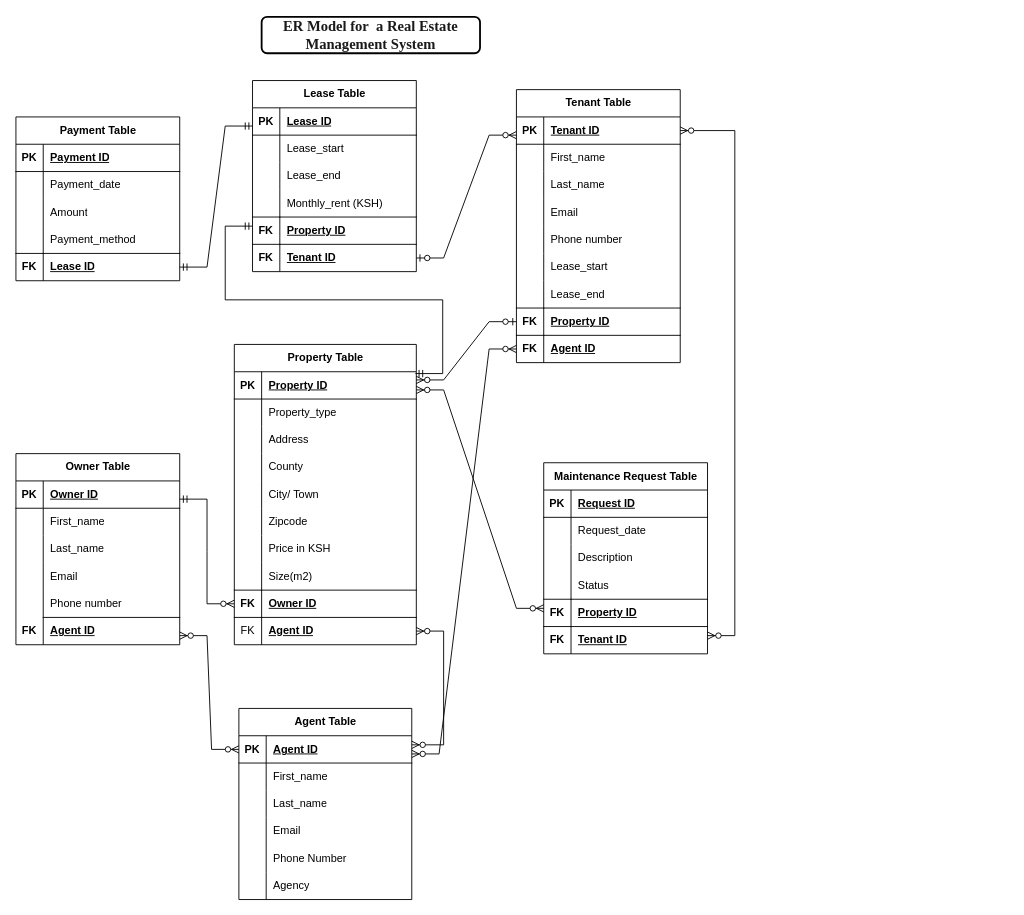
Above: Completed ER.drawio in Kirbit04/Real-Estate-Management-system (draw.io), before the change. Source tidied: cells renumbered, new cells numbered last; positions are measured from the earlier drawing's top-left corner, leaving out a move shared by most shapes. Both pictures are drawn from the tidied source at 91%, with x=0, y=0 at pixel (15, 16).
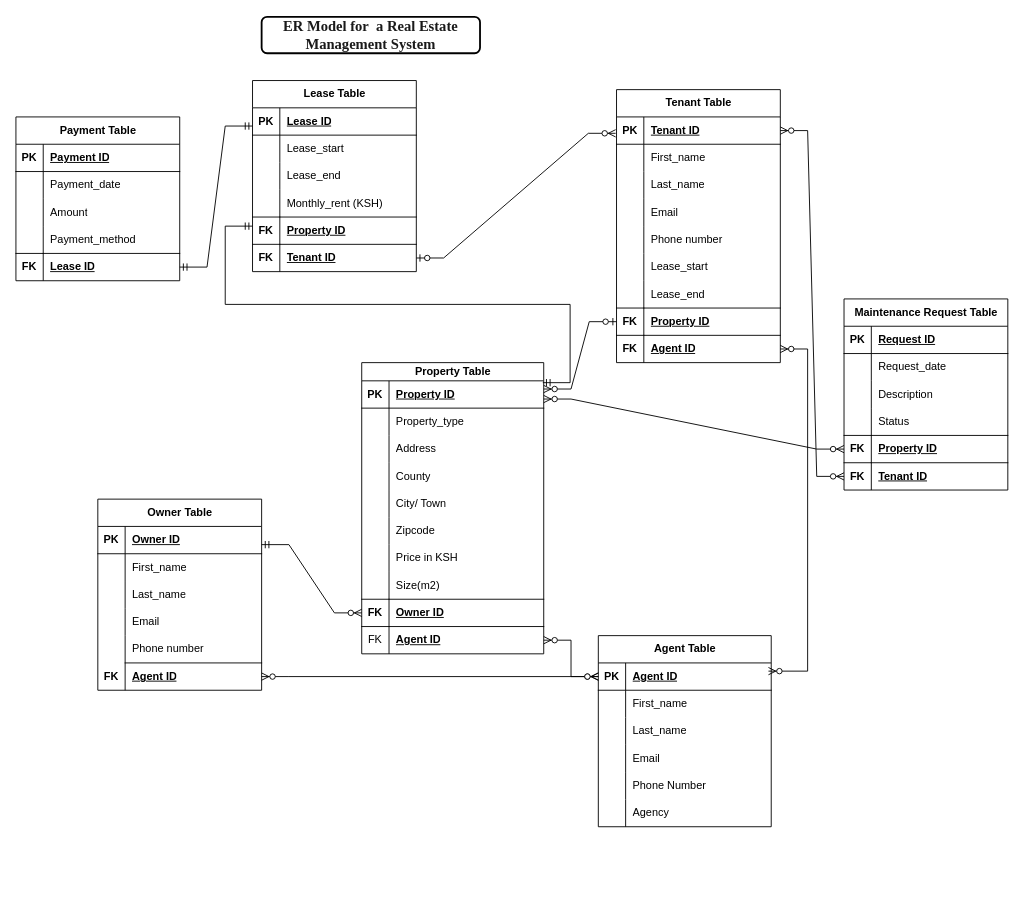
Above is the later version.

The change refers to these unchanged cells:
```xml
<mxCell id="5" style="shape=tableRow;horizontal=0;startSize=0;swimlaneHead=0;swimlaneBody=0;fillColor=none;points=[[0,0.5],[1,0.5]];portConstraint=eastwest;top=0;left=0;right=0;bottom=0;" parent="1" vertex="1">
  <mxGeometry x="580" y="100" width="180" height="30" as="geometry" />
</mxCell>
<mxCell id="53" style="shape=tableRow;horizontal=0;startSize=0;swimlaneHead=0;swimlaneBody=0;fillColor=none;points=[[0,0.5],[1,0.5]];portConstraint=eastwest;top=0;left=0;right=0;bottom=0;" parent="37" vertex="1">
  <mxGeometry y="180" width="180" height="30" as="geometry" />
</mxCell>
<mxCell id="57" style="shape=tableRow;horizontal=0;startSize=0;swimlaneHead=0;swimlaneBody=0;fillColor=none;points=[[0,0.5],[1,0.5]];portConstraint=eastwest;top=0;left=0;right=0;bottom=1;" parent="56" vertex="1">
  <mxGeometry y="30" width="180" height="30" as="geometry" />
</mxCell>
<mxCell id="81" style="shape=tableRow;horizontal=0;startSize=0;swimlaneHead=0;swimlaneBody=0;fillColor=none;points=[[0,0.5],[1,0.5]];portConstraint=eastwest;top=0;left=0;right=0;bottom=0;" parent="56" vertex="1">
  <mxGeometry y="270" width="180" height="30" as="geometry" />
</mxCell>
<mxCell id="100" style="shape=tableRow;horizontal=0;startSize=0;swimlaneHead=0;swimlaneBody=0;fillColor=none;points=[[0,0.5],[1,0.5]];portConstraint=eastwest;top=0;left=0;right=0;bottom=0;" parent="84" vertex="1">
  <mxGeometry y="180" width="180" height="30" as="geometry" />
</mxCell>
<mxCell id="116" style="shape=tableRow;horizontal=0;startSize=0;swimlaneHead=0;swimlaneBody=0;fillColor=none;points=[[0,0.5],[1,0.5]];portConstraint=eastwest;top=0;left=0;right=0;bottom=0;" parent="103" vertex="1">
  <mxGeometry y="150" width="180" height="30" as="geometry" />
</mxCell>
<mxCell id="119" style="shape=tableRow;horizontal=0;startSize=0;swimlaneHead=0;swimlaneBody=0;fillColor=none;points=[[0,0.5],[1,0.5]];portConstraint=eastwest;top=0;left=0;right=0;bottom=0;" parent="103" vertex="1">
  <mxGeometry y="180" width="180" height="30" as="geometry" />
</mxCell>
<mxCell id="139" style="shape=tableRow;horizontal=0;startSize=0;swimlaneHead=0;swimlaneBody=0;fillColor=none;points=[[0,0.5],[1,0.5]];portConstraint=eastwest;top=0;left=0;right=0;bottom=1;" parent="138" vertex="1">
  <mxGeometry y="30" width="190" height="30" as="geometry" />
</mxCell>
```

The edit, as a diff of the source:
```diff
@@
-    <mxCell id="6" value="Property Table" style="shape=table;startSize=30;childLayout=tableLayout;rowLines=0;fontStyle=1;align=center;html=1;" parent="1" vertex="1">
-      <mxGeometry x="240" y="360" width="200" height="330" as="geometry" />
+    <mxCell id="6" value="Property Table" style="shape=table;startSize=20;childLayout=tableLayout;rowLines=0;fontStyle=1;align=center;html=1;" parent="1" vertex="1">
+      <mxGeometry x="380" y="380" width="200" height="320" as="geometry" />
     </mxCell>
     <mxCell id="7" style="shape=tableRow;horizontal=0;startSize=0;swimlaneHead=0;swimlaneBody=0;fillColor=none;points=[[0,0.5],[1,0.5]];portConstraint=eastwest;top=0;left=0;right=0;bottom=1;" parent="6" vertex="1">
-      <mxGeometry y="30" width="200" height="30" as="geometry" />
+      <mxGeometry y="20" width="200" height="30" as="geometry" />
     </mxCell>
@@
     <mxCell id="10" style="shape=tableRow;horizontal=0;startSize=0;swimlaneHead=0;swimlaneBody=0;fillColor=none;top=0;left=0;right=0;bottom=0;" parent="6" vertex="1">
-      <mxGeometry y="60" width="200" height="30" as="geometry" />
+      <mxGeometry y="50" width="200" height="30" as="geometry" />
     </mxCell>
@@
     <mxCell id="13" style="shape=tableRow;horizontal=0;startSize=0;swimlaneHead=0;swimlaneBody=0;fillColor=none;top=0;left=0;right=0;bottom=0;" parent="6" vertex="1">
-      <mxGeometry y="90" width="200" height="30" as="geometry" />
+      <mxGeometry y="80" width="200" height="30" as="geometry" />
     </mxCell>
@@
     <mxCell id="16" style="shape=tableRow;horizontal=0;startSize=0;swimlaneHead=0;swimlaneBody=0;fillColor=none;top=0;left=0;right=0;bottom=0;" parent="6" vertex="1">
-      <mxGeometry y="120" width="200" height="30" as="geometry" />
+      <mxGeometry y="110" width="200" height="30" as="geometry" />
     </mxCell>
@@
     <mxCell id="19" style="shape=tableRow;horizontal=0;startSize=0;swimlaneHead=0;swimlaneBody=0;fillColor=none;top=0;left=0;right=0;bottom=0;" parent="6" vertex="1">
-      <mxGeometry y="150" width="200" height="30" as="geometry" />
+      <mxGeometry y="140" width="200" height="30" as="geometry" />
     </mxCell>
@@
     <mxCell id="22" style="shape=tableRow;horizontal=0;startSize=0;swimlaneHead=0;swimlaneBody=0;fillColor=none;top=0;left=0;right=0;bottom=0;" parent="6" vertex="1">
-      <mxGeometry y="180" width="200" height="30" as="geometry" />
+      <mxGeometry y="170" width="200" height="30" as="geometry" />
     </mxCell>
@@
     <mxCell id="25" style="shape=tableRow;horizontal=0;startSize=0;swimlaneHead=0;swimlaneBody=0;fillColor=none;top=0;left=0;right=0;bottom=0;" parent="6" vertex="1">
-      <mxGeometry y="210" width="200" height="30" as="geometry" />
+      <mxGeometry y="200" width="200" height="30" as="geometry" />
     </mxCell>
@@
     <mxCell id="28" style="shape=tableRow;horizontal=0;startSize=0;swimlaneHead=0;swimlaneBody=0;fillColor=none;top=0;left=0;right=0;bottom=0;" parent="6" vertex="1">
-      <mxGeometry y="240" width="200" height="30" as="geometry" />
+      <mxGeometry y="230" width="200" height="30" as="geometry" />
     </mxCell>
@@
     <mxCell id="31" style="shape=tableRow;horizontal=0;startSize=0;swimlaneHead=0;swimlaneBody=0;fillColor=none;points=[[0,0.5],[1,0.5]];portConstraint=eastwest;top=0;left=0;right=0;bottom=0;" parent="6" vertex="1">
-      <mxGeometry y="270" width="200" height="30" as="geometry" />
+      <mxGeometry y="260" width="200" height="30" as="geometry" />
     </mxCell>
@@
     <mxCell id="34" style="shape=tableRow;horizontal=0;startSize=0;swimlaneHead=0;swimlaneBody=0;fillColor=none;points=[[0,0.5],[1,0.5]];portConstraint=eastwest;top=0;left=0;right=0;bottom=0;" parent="6" vertex="1">
-      <mxGeometry y="300" width="200" height="30" as="geometry" />
+      <mxGeometry y="290" width="200" height="30" as="geometry" />
     </mxCell>
@@
     <mxCell id="37" value="Owner Table" style="shape=table;startSize=30;childLayout=tableLayout;rowLines=0;fontStyle=1;align=center;html=1;" parent="1" vertex="1">
-      <mxGeometry y="480" width="180" height="210" as="geometry" />
+      <mxGeometry x="90" y="530" width="180" height="210" as="geometry" />
     </mxCell>
@@
     <mxCell id="56" value="Tenant Table" style="shape=table;startSize=30;childLayout=tableLayout;rowLines=0;fontStyle=1;align=center;html=1;" parent="1" vertex="1">
-      <mxGeometry x="550" y="80" width="180" height="300" as="geometry" />
+      <mxGeometry x="660" y="80" width="180" height="300" as="geometry" />
     </mxCell>
@@
     <mxCell id="103" value="Maintenance Request Table" style="shape=table;startSize=30;childLayout=tableLayout;rowLines=0;fontStyle=1;align=center;html=1;" parent="1" vertex="1">
-      <mxGeometry x="580" y="490" width="180" height="210" as="geometry" />
+      <mxGeometry x="910" y="310" width="180" height="210" as="geometry" />
     </mxCell>
@@
     <mxCell id="138" value="Agent Table" style="shape=table;startSize=30;childLayout=tableLayout;rowLines=0;fontStyle=1;align=center;html=1;" parent="1" vertex="1">
-      <mxGeometry x="245" y="760" width="190" height="210" as="geometry" />
+      <mxGeometry x="640" y="680" width="190" height="210" as="geometry" />
     </mxCell>
@@
-    <mxCell id="157" style="edgeStyle=entityRelationEdgeStyle;fontSize=12;html=1;endArrow=ERzeroToMany;startArrow=ERzeroToOne;rounded=0;" parent="1" edge="1" source="100">
-      <mxGeometry relative="1" as="geometry">
-        <mxPoint x="550" y="130" as="targetPoint" />
-      </mxGeometry>
+    <mxCell id="157" style="edgeStyle=entityRelationEdgeStyle;fontSize=12;html=1;endArrow=ERzeroToMany;startArrow=ERzeroToOne;rounded=0;entryX=0.439;entryY=0.933;entryDx=0;entryDy=0;entryPerimeter=0;" parent="1" edge="1" source="100" target="5">
+      <mxGeometry relative="1" as="geometry" />
     </mxCell>
@@
-    <mxCell id="160" style="edgeStyle=entityRelationEdgeStyle;fontSize=12;html=1;endArrow=ERzeroToMany;endFill=1;startArrow=ERzeroToMany;rounded=0;" parent="1" edge="1" target="81">
-      <mxGeometry relative="1" as="geometry">
-        <mxPoint x="435" y="810" as="sourcePoint" />
-      </mxGeometry>
+    <mxCell id="160" style="edgeStyle=entityRelationEdgeStyle;fontSize=12;html=1;endArrow=ERzeroToMany;endFill=1;startArrow=ERzeroToMany;rounded=0;exitX=0.984;exitY=0.3;exitDx=0;exitDy=0;exitPerimeter=0;" parent="1" edge="1" source="139" target="81">
+      <mxGeometry relative="1" as="geometry" />
     </mxCell>
     <mxCell id="161" style="edgeStyle=entityRelationEdgeStyle;fontSize=12;html=1;endArrow=ERzeroToMany;startArrow=ERmandOne;rounded=0;entryX=0;entryY=0.5;entryDx=0;entryDy=0;" parent="1" edge="1" target="31">
       <mxGeometry relative="1" as="geometry">
-        <mxPoint x="180" y="530" as="sourcePoint" />
+        <mxPoint x="270" y="580" as="sourcePoint" />
       </mxGeometry>
     </mxCell>
-    <mxCell id="162" style="edgeStyle=entityRelationEdgeStyle;fontSize=12;html=1;endArrow=ERzeroToMany;endFill=1;startArrow=ERzeroToMany;rounded=0;" parent="1" edge="1" target="139">
+    <mxCell id="162" style="edgeStyle=entityRelationEdgeStyle;fontSize=12;html=1;endArrow=ERzeroToMany;endFill=1;startArrow=ERzeroToMany;rounded=0;exitX=1;exitY=0.5;exitDx=0;exitDy=0;" parent="1" edge="1" source="53" target="139">
       <mxGeometry relative="1" as="geometry">
-        <mxPoint x="180" y="680" as="sourcePoint" />
         <Array as="points">
           <mxPoint x="260" y="570" />
         </Array>
       </mxGeometry>
     </mxCell>
-    <mxCell id="163" style="edgeStyle=entityRelationEdgeStyle;fontSize=12;html=1;endArrow=ERzeroToMany;endFill=1;startArrow=ERzeroToMany;rounded=0;" parent="1" edge="1" target="34">
+    <mxCell id="163" style="edgeStyle=entityRelationEdgeStyle;fontSize=12;html=1;endArrow=ERzeroToMany;endFill=1;startArrow=ERzeroToMany;rounded=0;" parent="1" edge="1" source="139" target="34">
       <mxGeometry relative="1" as="geometry">
-        <mxPoint x="435" y="800" as="sourcePoint" />
         <Array as="points">
           <mxPoint x="535" y="720" />
         </Array>
       </mxGeometry>
     </mxCell>
-    <mxCell id="164" style="edgeStyle=entityRelationEdgeStyle;fontSize=12;html=1;endArrow=ERzeroToMany;endFill=1;startArrow=ERzeroToMany;rounded=0;" parent="1" edge="1">
+    <mxCell id="164" style="edgeStyle=entityRelationEdgeStyle;fontSize=12;html=1;endArrow=ERzeroToMany;endFill=1;startArrow=ERzeroToMany;rounded=0;entryX=0;entryY=0.5;entryDx=0;entryDy=0;" parent="1" edge="1" target="116">
       <mxGeometry relative="1" as="geometry">
-        <mxPoint x="440" y="410" as="sourcePoint" />
-        <mxPoint x="580" y="650" as="targetPoint" />
+        <mxPoint x="580" y="420" as="sourcePoint" />
       </mxGeometry>
     </mxCell>
-    <mxCell id="165" style="edgeStyle=entityRelationEdgeStyle;fontSize=12;html=1;endArrow=ERzeroToMany;endFill=1;startArrow=ERzeroToMany;rounded=0;entryX=1;entryY=0.5;entryDx=0;entryDy=0;" parent="1" edge="1" target="57">
-      <mxGeometry relative="1" as="geometry">
-        <mxPoint x="760" y="680" as="sourcePoint" />
-      </mxGeometry>
+    <mxCell id="165" style="edgeStyle=entityRelationEdgeStyle;fontSize=12;html=1;endArrow=ERzeroToMany;endFill=1;startArrow=ERzeroToMany;rounded=0;entryX=1;entryY=0.5;entryDx=0;entryDy=0;" parent="1" edge="1" source="119" target="57">
+      <mxGeometry relative="1" as="geometry" />
     </mxCell>
```
